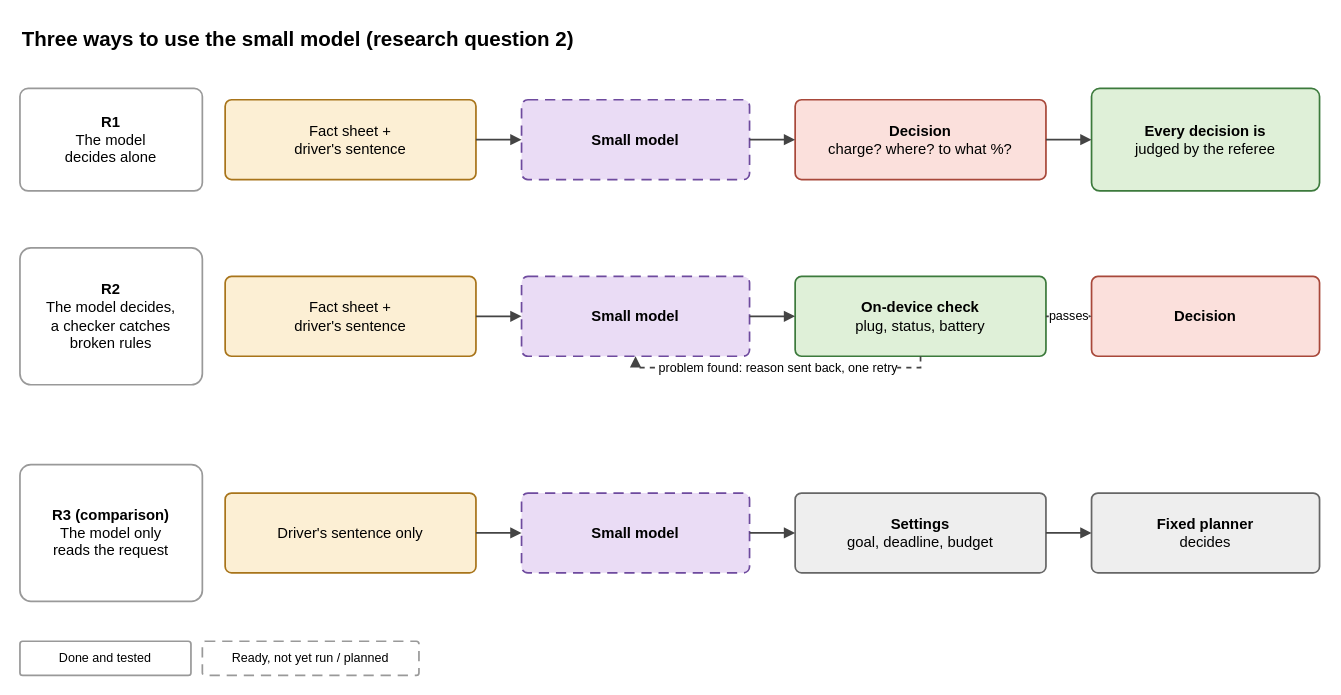
The draw.io diagram page "3 Roles" (3 of 6) of diagrams/thesis_diagrams.drawio in EyadAhmed06/Thesis-Prototype, before the edit. Source tidied: cells renumbered, new cells numbered last; positions are measured from the earlier drawing's top-left corner, leaving out a move shared by most shapes. Both pictures are drawn from the tidied source at 114%, with x=0, y=0 at pixel (19, 19).
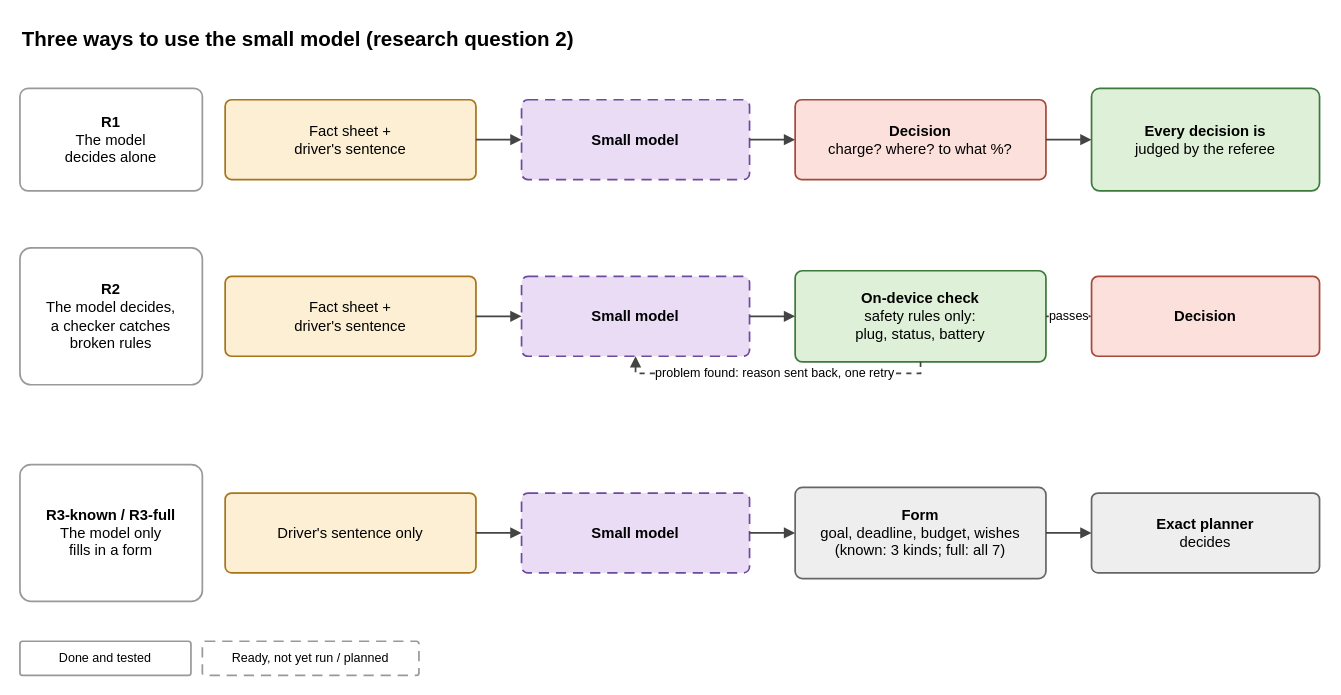
The same page after the edit.

Change to the diagram source:
```diff
@@
-    <mxCell id="10" value="&lt;b&gt;On-device check&lt;/b&gt;&lt;br&gt;plug, status, battery" style="rounded=1;whiteSpace=wrap;html=1;arcSize=8;fillColor=#DFF0D8;strokeColor=#3C7A3C;strokeWidth=1.5;fontFamily=Helvetica;fontSize=13;verticalAlign=middle;spacing=6;" parent="1" vertex="1">
-      <mxGeometry x="680" y="225" width="220" height="70" as="geometry" />
+    <mxCell id="10" value="&lt;b&gt;On-device check&lt;/b&gt;&lt;br&gt;safety rules only:&lt;br&gt;plug, status, battery" style="rounded=1;whiteSpace=wrap;html=1;arcSize=8;fillColor=#DFF0D8;strokeColor=#3C7A3C;strokeWidth=1.5;fontFamily=Helvetica;fontSize=13;verticalAlign=middle;spacing=6;" parent="1" vertex="1">
+      <mxGeometry x="680" y="220" width="220" height="80" as="geometry" />
     </mxCell>
@@
-    <mxCell id="12" value="&lt;b&gt;R3 (comparison)&lt;/b&gt;&lt;br&gt;The model only&lt;br&gt;reads the request" style="rounded=1;whiteSpace=wrap;html=1;arcSize=8;fillColor=#FFFFFF;strokeColor=#999999;strokeWidth=1.5;fontFamily=Helvetica;fontSize=13;verticalAlign=middle;spacing=6;" parent="1" vertex="1">
+    <mxCell id="12" value="&lt;b&gt;R3-known / R3-full&lt;/b&gt;&lt;br&gt;The model only&lt;br&gt;fills in a form" style="rounded=1;whiteSpace=wrap;html=1;arcSize=8;fillColor=#FFFFFF;strokeColor=#999999;strokeWidth=1.5;fontFamily=Helvetica;fontSize=13;verticalAlign=middle;spacing=6;" parent="1" vertex="1">
       <mxGeometry y="390" width="160" height="120" as="geometry" />
     </mxCell>
@@
-    <mxCell id="15" value="&lt;b&gt;Settings&lt;/b&gt;&lt;br&gt;goal, deadline, budget" style="rounded=1;whiteSpace=wrap;html=1;arcSize=8;fillColor=#EEEEEE;strokeColor=#666666;strokeWidth=1.5;fontFamily=Helvetica;fontSize=13;verticalAlign=middle;spacing=6;" parent="1" vertex="1">
-      <mxGeometry x="680" y="415" width="220" height="70" as="geometry" />
+    <mxCell id="15" value="&lt;b&gt;Form&lt;/b&gt;&lt;br&gt;goal, deadline, budget, wishes&lt;br&gt;(known: 3 kinds; full: all 7)" style="rounded=1;whiteSpace=wrap;html=1;arcSize=8;fillColor=#EEEEEE;strokeColor=#666666;strokeWidth=1.5;fontFamily=Helvetica;fontSize=13;verticalAlign=middle;spacing=6;" parent="1" vertex="1">
+      <mxGeometry x="680" y="410" width="220" height="80" as="geometry" />
     </mxCell>
-    <mxCell id="16" value="&lt;b&gt;Fixed planner&lt;/b&gt;&lt;br&gt;decides" style="rounded=1;whiteSpace=wrap;html=1;arcSize=8;fillColor=#EEEEEE;strokeColor=#666666;strokeWidth=1.5;fontFamily=Helvetica;fontSize=13;verticalAlign=middle;spacing=6;" parent="1" vertex="1">
+    <mxCell id="16" value="&lt;b&gt;Exact planner&lt;/b&gt;&lt;br&gt;decides" style="rounded=1;whiteSpace=wrap;html=1;arcSize=8;fillColor=#EEEEEE;strokeColor=#666666;strokeWidth=1.5;fontFamily=Helvetica;fontSize=13;verticalAlign=middle;spacing=6;" parent="1" vertex="1">
       <mxGeometry x="940" y="415" width="200" height="70" as="geometry" />
     </mxCell>
```
